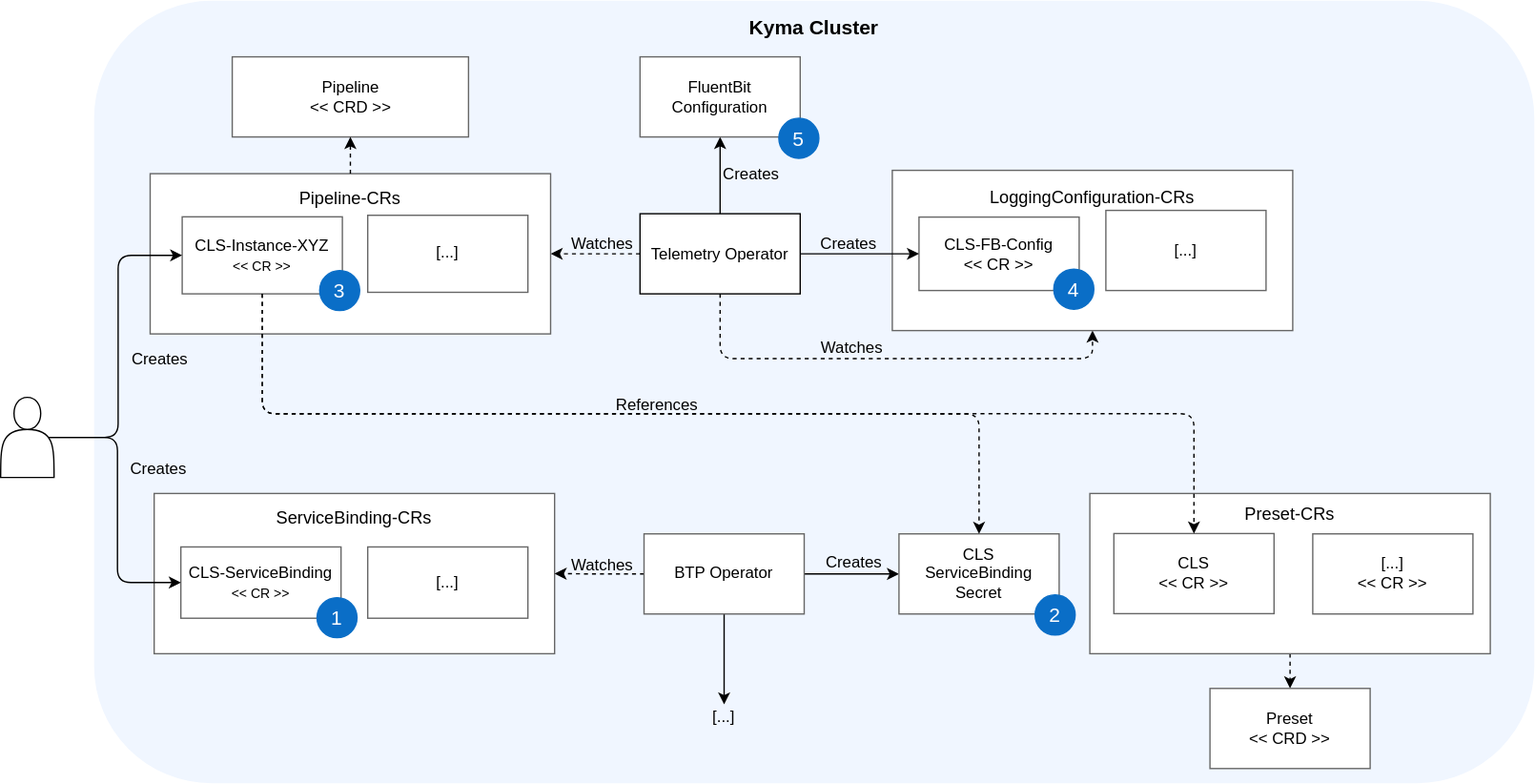
Earlier version of the draw.io export internal/proposals/logs/dynamic-backend-configuration/concept-ServiceCatalog-Integration/images/workflow-overview.svg (kyma-project/community). Source tidied: cells renumbered, new cells last; positions are measured from the earlier drawing's top-left corner, leaving out a move shared by most shapes.
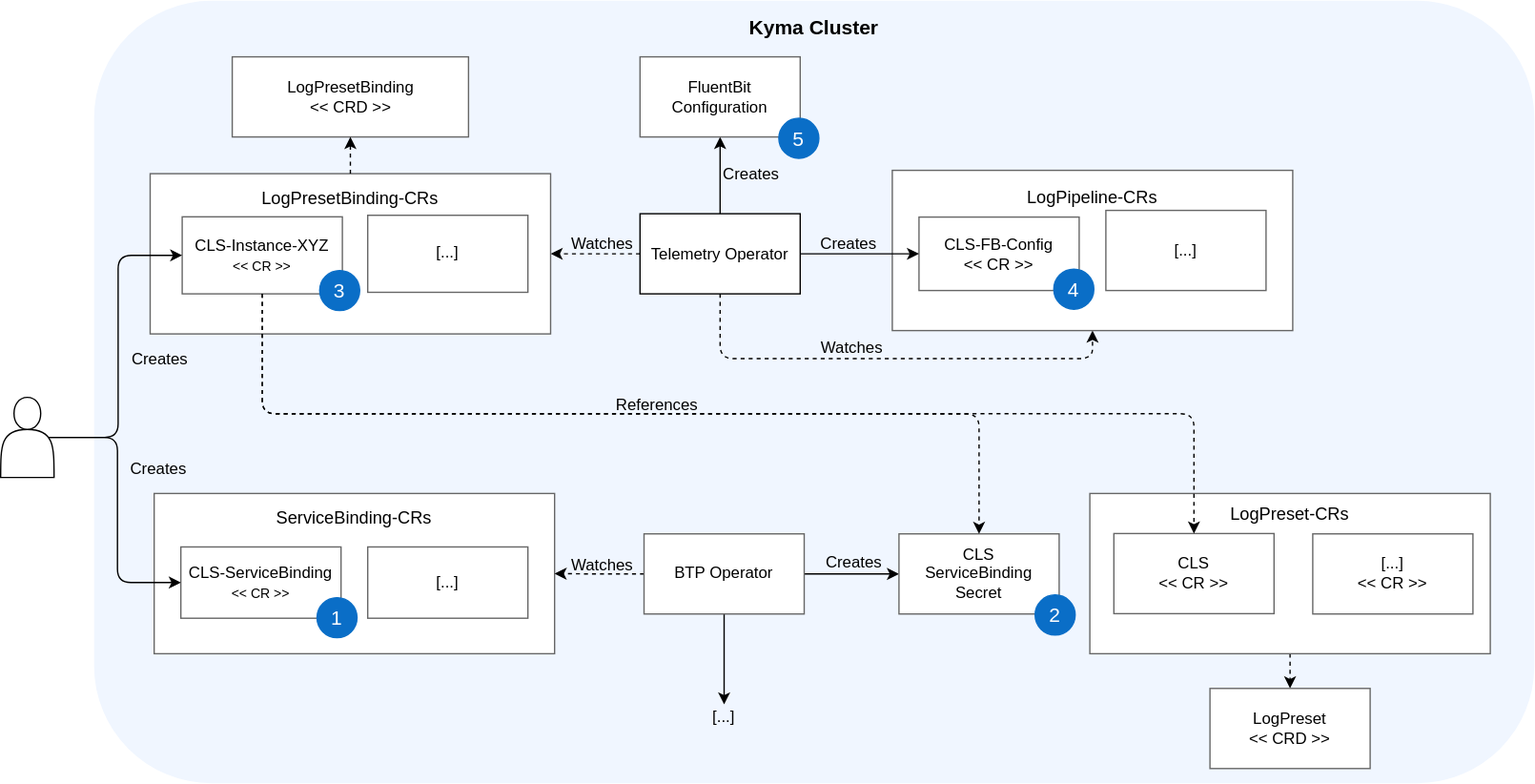
Above is the later version.

Commit message:
Rename Telemetry Operator CRDs and update examples

What changed in the source:
```diff
@@ -11,7 +11,7 @@
     <mxCell id="4" style="rounded=0;whiteSpace=wrap;html=1;labelBackgroundColor=none;fontSize=12;strokeColor=#666666;strokeWidth=1;" parent="1" vertex="1">
       <mxGeometry x="816" y="369" width="300" height="120" as="geometry" />
     </mxCell>
-    <mxCell id="5" value="Preset&lt;br&gt;&amp;lt;&amp;lt; CRD &amp;gt;&amp;gt;" style="rounded=0;whiteSpace=wrap;html=1;strokeColor=#666666;" parent="1" vertex="1">
+    <mxCell id="5" value="LogPreset&lt;br&gt;&amp;lt;&amp;lt; CRD &amp;gt;&amp;gt;" style="rounded=0;whiteSpace=wrap;html=1;strokeColor=#666666;" parent="1" vertex="1">
       <mxGeometry x="906" y="515" width="120" height="60" as="geometry" />
     </mxCell>
     <mxCell id="6" value="CLS&lt;br&gt;&amp;lt;&amp;lt; CR &amp;gt;&amp;gt;" style="rounded=0;whiteSpace=wrap;html=1;strokeColor=#666666;" parent="1" vertex="1">
@@ -20,7 +20,7 @@
     <mxCell id="7" value="[...]&lt;br&gt;&amp;lt;&amp;lt; CR &amp;gt;&amp;gt;" style="rounded=0;whiteSpace=wrap;html=1;strokeColor=#666666;" parent="1" vertex="1">
       <mxGeometry x="983" y="399.2" width="120" height="60" as="geometry" />
     </mxCell>
-    <mxCell id="8" value="Pipeline&lt;br&gt;&amp;lt;&amp;lt; CRD &amp;gt;&amp;gt;" style="rounded=0;whiteSpace=wrap;html=1;strokeColor=#666666;" parent="1" vertex="1">
+    <mxCell id="8" value="LogPresetBinding&lt;br&gt;&amp;lt;&amp;lt; CRD &amp;gt;&amp;gt;" style="rounded=0;whiteSpace=wrap;html=1;strokeColor=#666666;" parent="1" vertex="1">
       <mxGeometry x="173.5" y="42" width="177" height="60" as="geometry" />
     </mxCell>
     <mxCell id="9" style="edgeStyle=orthogonalEdgeStyle;rounded=0;jettySize=auto;html=1;exitX=0;exitY=0.5;exitDx=0;exitDy=0;entryX=1;entryY=0.5;entryDx=0;entryDy=0;dashed=1;" parent="1" edge="1" source="12" target="15">
@@ -52,7 +52,7 @@
     <mxCell id="16" value="CLS-Instance-XYZ&lt;br&gt;&lt;font style=&quot;font-size: 10px&quot;&gt;&amp;lt;&amp;lt;&amp;nbsp;CR &amp;gt;&amp;gt;&lt;/font&gt;" style="rounded=0;whiteSpace=wrap;html=1;strokeColor=#666666;" parent="14" vertex="1">
       <mxGeometry x="24" y="32.3" width="120" height="57.7" as="geometry" />
     </mxCell>
-    <mxCell id="17" value="&lt;font style=&quot;font-size: 13px&quot;&gt;Pipeline-CRs&lt;/font&gt;" style="text;html=1;strokeColor=none;fillColor=none;align=center;verticalAlign=middle;whiteSpace=wrap;rounded=0;fontSize=13;" parent="14" vertex="1">
+    <mxCell id="17" value="&lt;font style=&quot;font-size: 13px&quot;&gt;LogPresetBinding-CRs&lt;/font&gt;" style="text;html=1;strokeColor=none;fillColor=none;align=center;verticalAlign=middle;whiteSpace=wrap;rounded=0;fontSize=13;" parent="14" vertex="1">
       <mxGeometry x="65" y="9.2" width="170" height="18.5" as="geometry" />
     </mxCell>
     <mxCell id="18" value="[...]" style="rounded=0;whiteSpace=wrap;html=1;strokeColor=#666666;" parent="14" vertex="1">
@@ -112,7 +112,7 @@
     <mxCell id="36" style="rounded=0;whiteSpace=wrap;html=1;strokeColor=#666666;" parent="35" vertex="1">
       <mxGeometry width="300" height="120" as="geometry" />
     </mxCell>
-    <mxCell id="37" value="&lt;font style=&quot;font-size: 13px&quot;&gt;LoggingConfiguration-CRs&lt;/font&gt;" style="text;html=1;strokeColor=none;fillColor=none;align=center;verticalAlign=middle;whiteSpace=wrap;rounded=0;fontSize=13;" parent="35" vertex="1">
+    <mxCell id="37" value="&lt;font style=&quot;font-size: 13px&quot;&gt;LogPipeline-CRs&lt;/font&gt;" style="text;html=1;strokeColor=none;fillColor=none;align=center;verticalAlign=middle;whiteSpace=wrap;rounded=0;fontSize=13;" parent="35" vertex="1">
       <mxGeometry x="65" y="10" width="170" height="20" as="geometry" />
     </mxCell>
     <mxCell id="38" value="CLS-FB-Config&lt;br&gt;&amp;lt;&amp;lt; CR &amp;gt;&amp;gt;" style="rounded=0;whiteSpace=wrap;html=1;strokeColor=#666666;" parent="35" vertex="1">
@@ -173,7 +173,7 @@
     <mxCell id="55" value="References" style="text;html=1;strokeColor=none;fillColor=none;align=center;verticalAlign=middle;whiteSpace=wrap;rounded=0;labelBackgroundColor=none;fontSize=12;" parent="1" vertex="1">
       <mxGeometry x="453" y="293" width="78" height="20" as="geometry" />
     </mxCell>
-    <mxCell id="56" value="&lt;font style=&quot;font-size: 13px&quot;&gt;Preset-CRs&lt;/font&gt;" style="text;html=1;strokeColor=none;fillColor=none;align=center;verticalAlign=middle;whiteSpace=wrap;rounded=0;fontSize=13;" parent="1" vertex="1">
+    <mxCell id="56" value="&lt;font style=&quot;font-size: 13px&quot;&gt;LogPreset-CRs&lt;/font&gt;" style="text;html=1;strokeColor=none;fillColor=none;align=center;verticalAlign=middle;whiteSpace=wrap;rounded=0;fontSize=13;" parent="1" vertex="1">
       <mxGeometry x="858" y="375" width="216" height="17.8" as="geometry" />
     </mxCell>
     <mxCell id="57" value="Creates" style="edgeLabel;html=1;align=center;verticalAlign=middle;labelBackgroundColor=none;fontSize=12;" parent="1" vertex="1">
```
